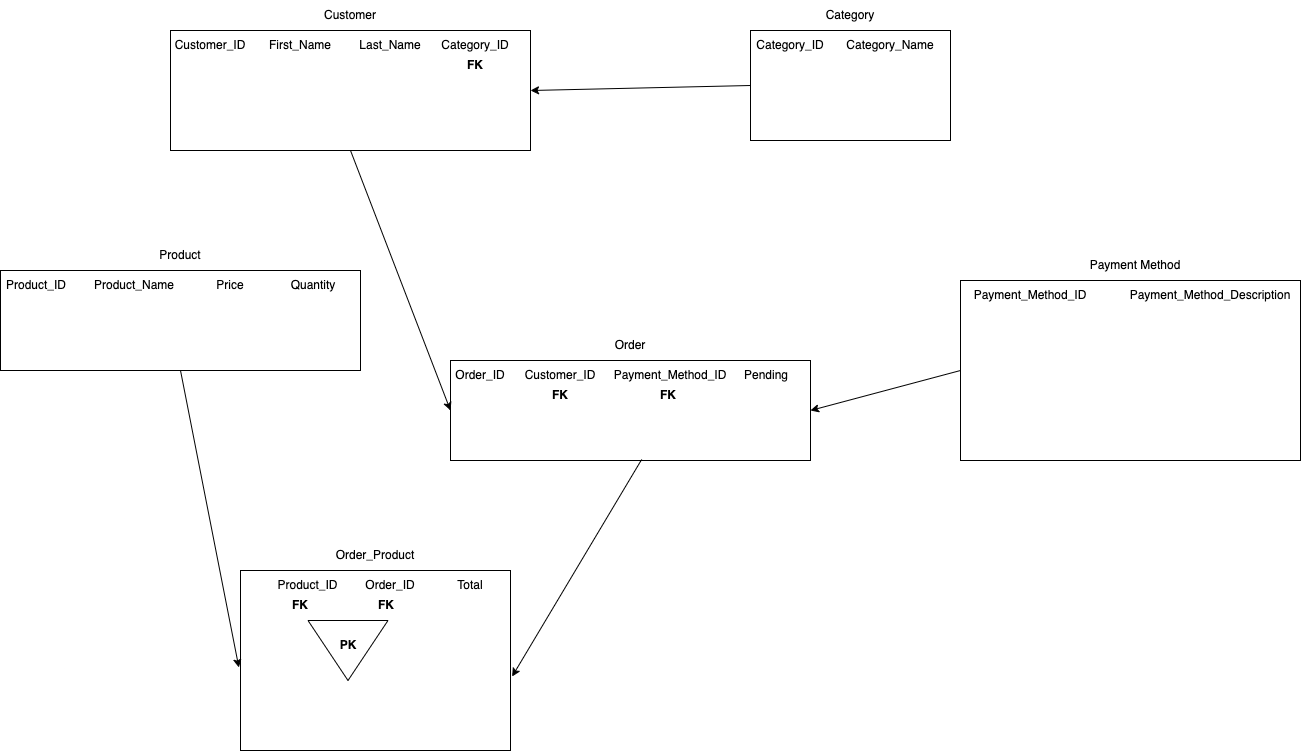
Above: database_PF7.drawio.png in Cretanian/Team05-PFSeven-Project (draw.io), before the change. Source tidied: cells renumbered, new cells last; positions are measured from the earlier drawing's top-left corner, leaving out a move shared by most shapes.
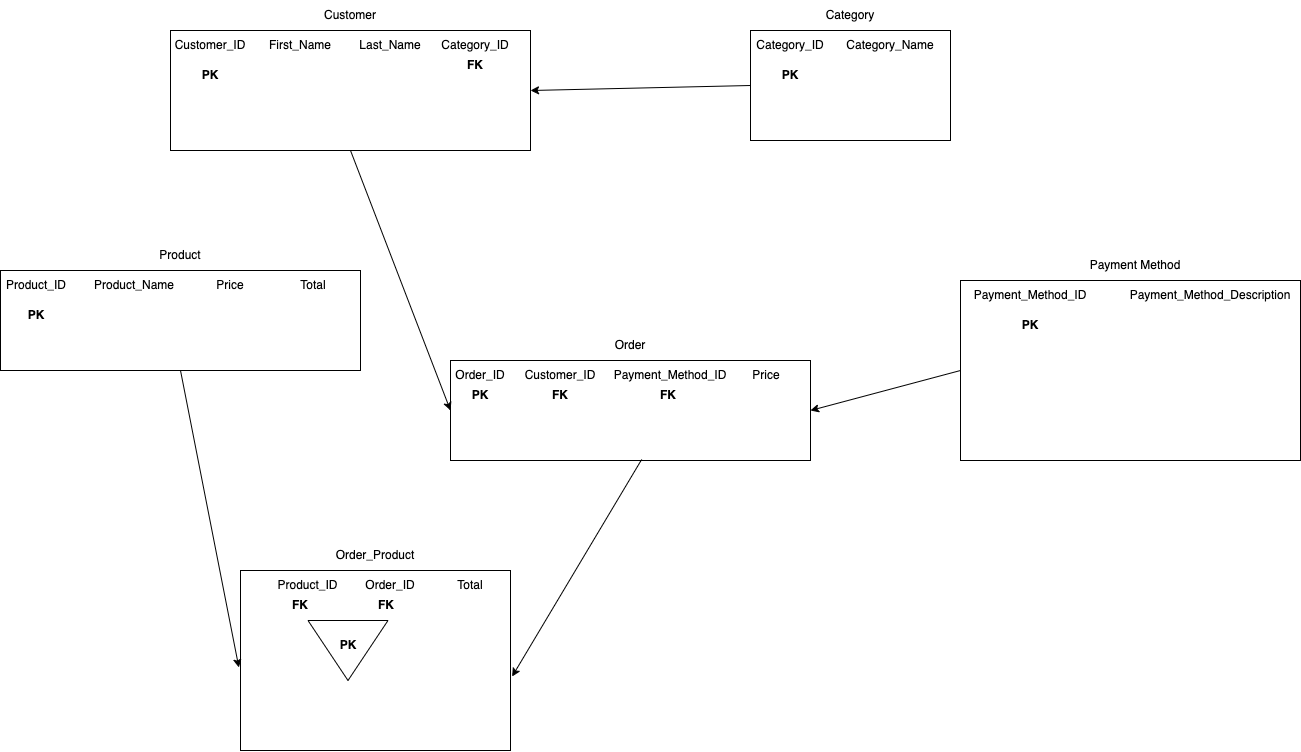
After the change.

Diff of the diagram source:
```diff
@@ -47,7 +47,7 @@
     <mxCell id="16" value="Price" style="text;html=1;strokeColor=none;fillColor=none;align=center;verticalAlign=middle;whiteSpace=wrap;rounded=0;" parent="1" vertex="1">
       <mxGeometry x="200" y="270" width="60" height="30" as="geometry" />
     </mxCell>
-    <mxCell id="17" value="Quantity" style="text;html=1;strokeColor=none;fillColor=none;align=center;verticalAlign=middle;whiteSpace=wrap;rounded=0;" parent="1" vertex="1">
+    <mxCell id="17" value="Total" style="text;html=1;strokeColor=none;fillColor=none;align=center;verticalAlign=middle;whiteSpace=wrap;rounded=0;" parent="1" vertex="1">
       <mxGeometry x="283" y="270" width="60" height="30" as="geometry" />
     </mxCell>
     <mxCell id="18" style="rounded=0;whiteSpace=wrap;html=1;" parent="1" vertex="1">
@@ -65,7 +65,7 @@
     <mxCell id="22" value="Payment_Method_ID" style="text;html=1;strokeColor=none;fillColor=none;align=center;verticalAlign=middle;whiteSpace=wrap;rounded=0;" parent="1" vertex="1">
       <mxGeometry x="620" y="360" width="100" height="30" as="geometry" />
     </mxCell>
-    <mxCell id="23" value="Pending" style="text;html=1;strokeColor=none;fillColor=none;align=center;verticalAlign=middle;whiteSpace=wrap;rounded=0;" parent="1" vertex="1">
+    <mxCell id="23" value="Price" style="text;html=1;strokeColor=none;fillColor=none;align=center;verticalAlign=middle;whiteSpace=wrap;rounded=0;" parent="1" vertex="1">
       <mxGeometry x="736" y="360" width="60" height="30" as="geometry" />
     </mxCell>
     <mxCell id="24" value="Order_ID" style="text;html=1;strokeColor=none;fillColor=none;align=center;verticalAlign=middle;whiteSpace=wrap;rounded=0;" parent="1" vertex="1">
@@ -134,5 +134,20 @@
     <mxCell id="45" value="&lt;b&gt;PK&lt;/b&gt;" style="text;html=1;strokeColor=none;fillColor=none;align=center;verticalAlign=middle;whiteSpace=wrap;rounded=0;" parent="1" vertex="1">
       <mxGeometry x="317.5" y="630" width="60" height="30" as="geometry" />
     </mxCell>
+    <mxCell id="46" value="&lt;b&gt;PK&lt;/b&gt;" style="text;html=1;strokeColor=none;fillColor=none;align=center;verticalAlign=middle;whiteSpace=wrap;rounded=0;" parent="1" vertex="1">
+      <mxGeometry x="450" y="380" width="60" height="30" as="geometry" />
+    </mxCell>
+    <mxCell id="47" value="&lt;b&gt;PK&lt;/b&gt;" style="text;html=1;strokeColor=none;fillColor=none;align=center;verticalAlign=middle;whiteSpace=wrap;rounded=0;" parent="1" vertex="1">
+      <mxGeometry x="6" y="300" width="60" height="30" as="geometry" />
+    </mxCell>
+    <mxCell id="48" value="&lt;b&gt;PK&lt;/b&gt;" style="text;html=1;strokeColor=none;fillColor=none;align=center;verticalAlign=middle;whiteSpace=wrap;rounded=0;" parent="1" vertex="1">
+      <mxGeometry x="180" y="60" width="60" height="30" as="geometry" />
+    </mxCell>
+    <mxCell id="49" value="&lt;b&gt;PK&lt;/b&gt;" style="text;html=1;strokeColor=none;fillColor=none;align=center;verticalAlign=middle;whiteSpace=wrap;rounded=0;" parent="1" vertex="1">
+      <mxGeometry x="760" y="60" width="60" height="30" as="geometry" />
+    </mxCell>
+    <mxCell id="50" value="&lt;b&gt;PK&lt;/b&gt;" style="text;html=1;strokeColor=none;fillColor=none;align=center;verticalAlign=middle;whiteSpace=wrap;rounded=0;" parent="1" vertex="1">
+      <mxGeometry x="1000" y="310" width="60" height="30" as="geometry" />
+    </mxCell>
   </root>
 </mxGraphModel>
```
